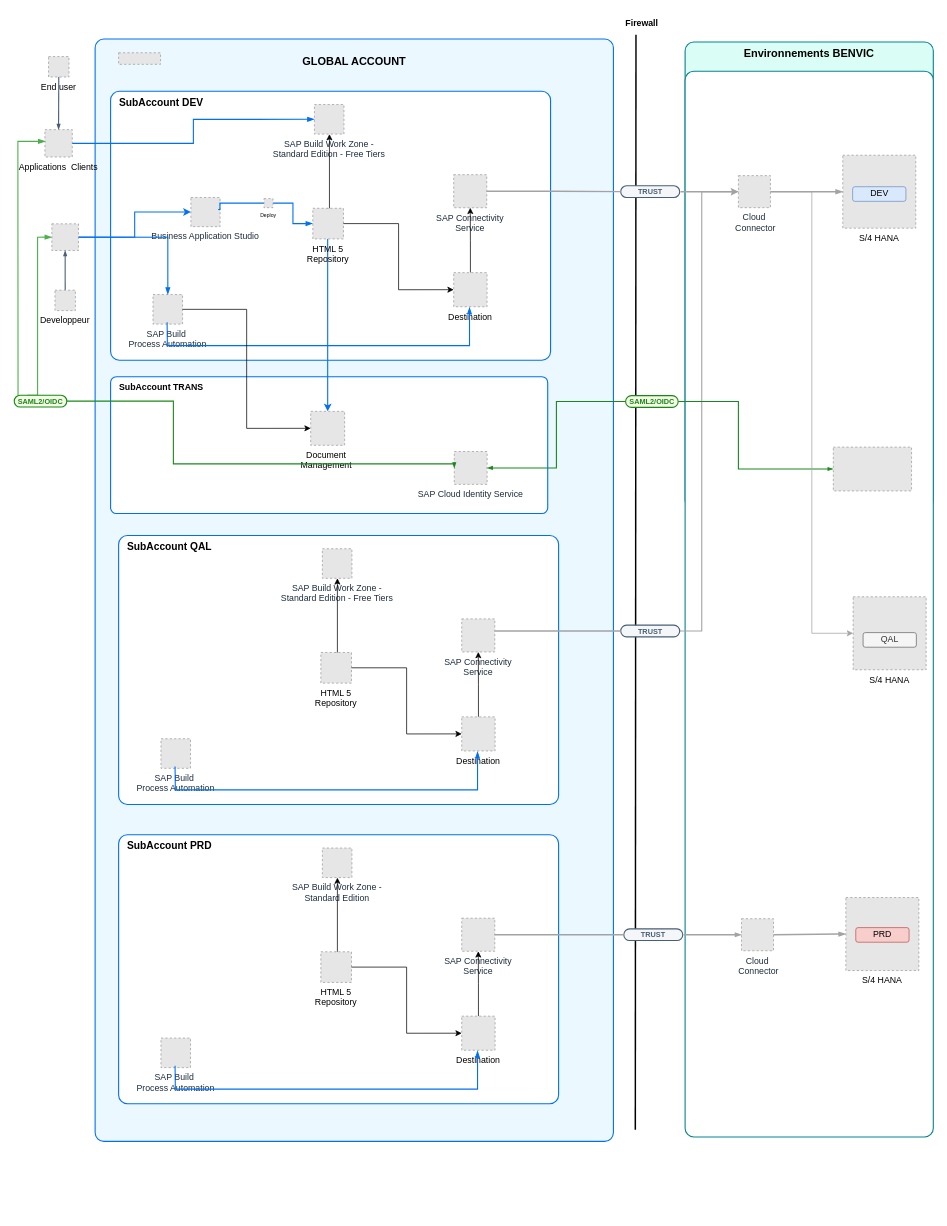
Before: page "Page-1" (1 of 2) of Workflow.drawio in MikaPaP/ArchiWorkflow, a draw.io diagram. Source tidied: cells renumbered, new cells numbered last; positions are measured from the earlier drawing's top-left corner, leaving out a move shared by most shapes. Both pictures are drawn from the tidied source at 73%, with x=0, y=0 at pixel (14, 12). Pictures stored in the file or linked from it are replaced by grey dashed boxes.
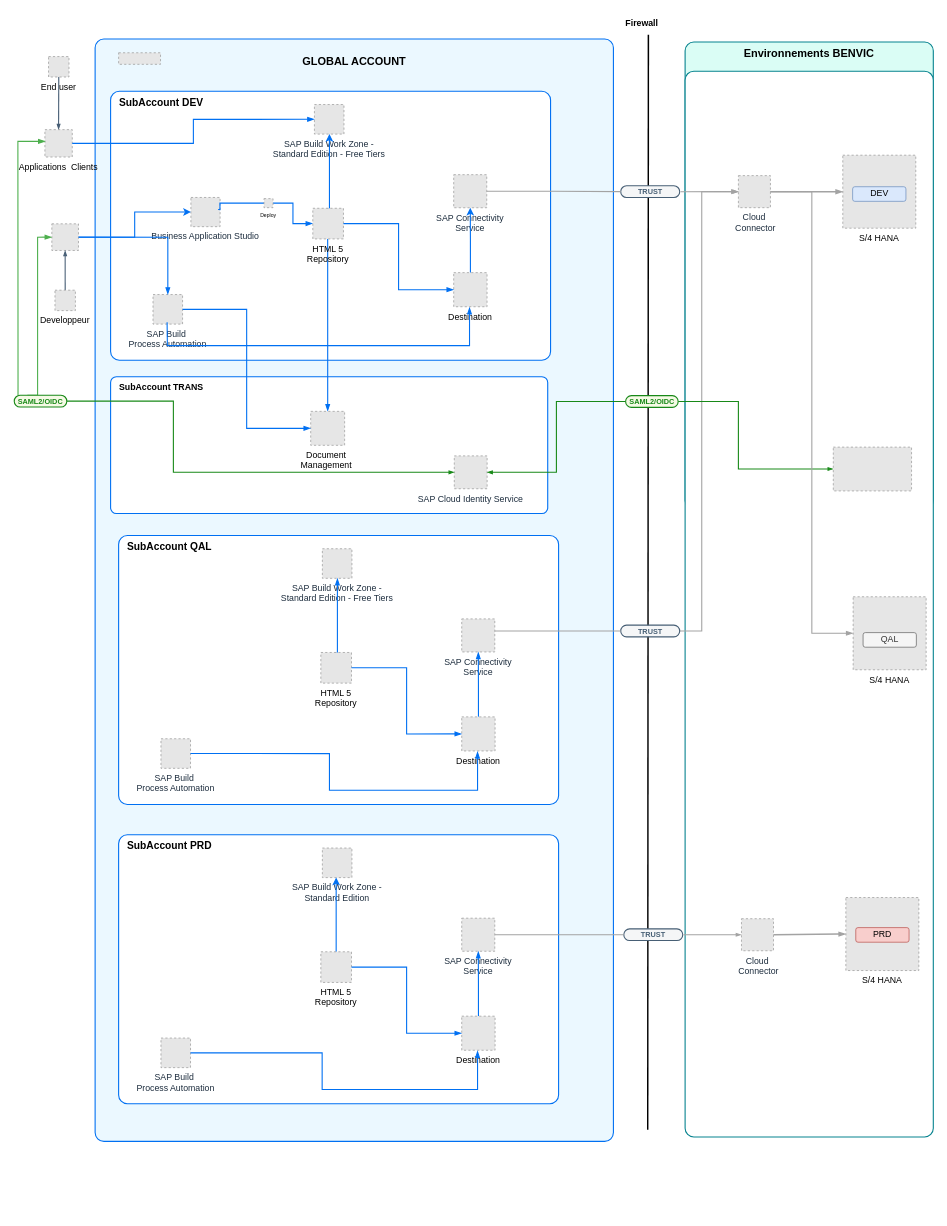
The same diagram, later.

The change refers to these unchanged cells:
```xml
<mxCell id="7" style="group;arcSize=24;" parent="1" vertex="1">
  <mxGeometry x="110.8" y="36" width="1060" height="1610" as="geometry" />
</mxCell>
<mxCell id="12" value="SAP Connectivity&#10;Service" style="fillColor=#E6E6E6;strokeColor=#999999;dashed=1;verticalLabelPosition=bottom;verticalAlign=top;fontStyle=0;fontSize=12;fontColor=#1D2D3E;" parent="7" vertex="1">
  <mxGeometry x="491.2" y="185.8" width="45.3" height="45.3" as="geometry" />
</mxCell>
<mxCell id="14" value="&lt;p style=&quot;line-height: 114%;&quot;&gt;&lt;font color=&quot;#475f75&quot; size=&quot;1&quot;&gt;&lt;b style=&quot;&quot;&gt;TRUST&lt;/b&gt;&lt;/font&gt;&lt;/p&gt;" style="rounded=1;whiteSpace=wrap;html=1;arcSize=50;strokeColor=#475f75;fillColor=#f5f6f7;fontColor=#266f3a;strokeWidth=1.5;" parent="7" vertex="1">
  <mxGeometry x="720" y="201" width="80.8" height="16" as="geometry" />
</mxCell>
<mxCell id="15" value="Cloud&#10; Connector" style="fillColor=#E6E6E6;strokeColor=#999999;dashed=1;verticalLabelPosition=bottom;verticalAlign=top;fontStyle=0;fontSize=12;fontColor=#1D2D3E;" parent="7" vertex="1">
  <mxGeometry x="881.2" y="187.1" width="43.9" height="43.9" as="geometry" />
</mxCell>
<mxCell id="17" value="SAP Build Work Zone -&#10;Standard Edition - Free Tiers" style="fillColor=#E6E6E6;strokeColor=#999999;dashed=1;verticalLabelPosition=bottom;verticalAlign=top;fontStyle=0;fontSize=12;fontColor=#1D2D3E;" parent="7" vertex="1">
  <mxGeometry x="300.4" y="89.7" width="40.5" height="40.5" as="geometry" />
</mxCell>
<mxCell id="19" value="SAP Build &#10;Process Automation" style="fillColor=#E6E6E6;strokeColor=#999999;dashed=1;verticalLabelPosition=bottom;verticalAlign=top;fontStyle=0;fontSize=12;fontColor=#1D2D3E;" parent="7" vertex="1">
  <mxGeometry x="79.3" y="350" width="40.5" height="40.5" as="geometry" />
</mxCell>
<mxCell id="24" value="HTML 5&#10;Repository" style="fillColor=#E6E6E6;strokeColor=#999999;dashed=1;verticalLabelPosition=bottom;verticalAlign=top;" parent="7" vertex="1">
  <mxGeometry x="298.2" y="231.8" width="42" height="42" as="geometry" />
</mxCell>
<mxCell id="26" value="Document &#10;Management " style="fillColor=#E6E6E6;strokeColor=#999999;dashed=1;verticalLabelPosition=bottom;verticalAlign=top;" parent="7" vertex="1">
  <mxGeometry x="295.3" y="510" width="46.5" height="46.5" as="geometry" />
</mxCell>
<mxCell id="30" value="Destination" style="fillColor=#E6E6E6;strokeColor=#999999;dashed=1;verticalLabelPosition=bottom;verticalAlign=top;" parent="7" vertex="1">
  <mxGeometry x="491.2" y="320" width="45.7" height="46.7" as="geometry" />
</mxCell>
<mxCell id="35" value="SAP Connectivity&#10;Service" style="fillColor=#E6E6E6;strokeColor=#999999;dashed=1;verticalLabelPosition=bottom;verticalAlign=top;fontStyle=0;fontSize=12;fontColor=#1D2D3E;" parent="7" vertex="1">
  <mxGeometry x="502.2" y="794.3" width="45.3" height="45.3" as="geometry" />
</mxCell>
<mxCell id="36" value="SAP Build Work Zone -&#10;Standard Edition - Free Tiers" style="fillColor=#E6E6E6;strokeColor=#999999;dashed=1;verticalLabelPosition=bottom;verticalAlign=top;fontStyle=0;fontSize=12;fontColor=#1D2D3E;" parent="7" vertex="1">
  <mxGeometry x="311.3" y="698.2" width="40.5" height="40.5" as="geometry" />
</mxCell>
<mxCell id="37" value="SAP Build &#10;Process Automation" style="fillColor=#E6E6E6;strokeColor=#999999;dashed=1;verticalLabelPosition=bottom;verticalAlign=top;fontStyle=0;fontSize=12;fontColor=#1D2D3E;" parent="7" vertex="1">
  <mxGeometry x="90.2" y="958.5" width="40.5" height="40.5" as="geometry" />
</mxCell>
<mxCell id="39" value="HTML 5&#10;Repository" style="fillColor=#E6E6E6;strokeColor=#999999;dashed=1;verticalLabelPosition=bottom;verticalAlign=top;" parent="7" vertex="1">
  <mxGeometry x="309.2" y="840.3" width="42" height="42" as="geometry" />
</mxCell>
<mxCell id="41" value="Destination" style="fillColor=#E6E6E6;strokeColor=#999999;dashed=1;verticalLabelPosition=bottom;verticalAlign=top;" parent="7" vertex="1">
  <mxGeometry x="502.2" y="928.5" width="45.7" height="46.7" as="geometry" />
</mxCell>
<mxCell id="45" value="SAP Connectivity&#10;Service" style="fillColor=#E6E6E6;strokeColor=#999999;dashed=1;verticalLabelPosition=bottom;verticalAlign=top;fontStyle=0;fontSize=12;fontColor=#1D2D3E;" parent="7" vertex="1">
  <mxGeometry x="502.2" y="1204.3" width="45.3" height="45.3" as="geometry" />
</mxCell>
<mxCell id="46" value="SAP Build Work Zone -&#10;Standard Edition" style="fillColor=#E6E6E6;strokeColor=#999999;dashed=1;verticalLabelPosition=bottom;verticalAlign=top;fontStyle=0;fontSize=12;fontColor=#1D2D3E;" parent="7" vertex="1">
  <mxGeometry x="311.3" y="1108.2" width="40.5" height="40.5" as="geometry" />
</mxCell>
<mxCell id="47" value="SAP Build &#10;Process Automation" style="fillColor=#E6E6E6;strokeColor=#999999;dashed=1;verticalLabelPosition=bottom;verticalAlign=top;fontStyle=0;fontSize=12;fontColor=#1D2D3E;" parent="7" vertex="1">
  <mxGeometry x="90.2" y="1368.5" width="40.5" height="40.5" as="geometry" />
</mxCell>
<mxCell id="49" value="HTML 5&#10;Repository" style="fillColor=#E6E6E6;strokeColor=#999999;dashed=1;verticalLabelPosition=bottom;verticalAlign=top;" parent="7" vertex="1">
  <mxGeometry x="309.2" y="1250.3" width="42" height="42" as="geometry" />
</mxCell>
<mxCell id="51" value="Destination" style="fillColor=#E6E6E6;strokeColor=#999999;dashed=1;verticalLabelPosition=bottom;verticalAlign=top;" parent="7" vertex="1">
  <mxGeometry x="502.2" y="1338.5" width="45.7" height="46.7" as="geometry" />
</mxCell>
<mxCell id="55" value="&lt;p style=&quot;line-height: 114%;&quot;&gt;&lt;font color=&quot;#475f75&quot; size=&quot;1&quot;&gt;&lt;b style=&quot;&quot;&gt;TRUST&lt;/b&gt;&lt;/font&gt;&lt;/p&gt;" style="rounded=1;whiteSpace=wrap;html=1;arcSize=50;strokeColor=#475f75;fillColor=#f5f6f7;fontColor=#266f3a;strokeWidth=1.5;" parent="7" vertex="1">
  <mxGeometry x="720" y="802.9" width="80.8" height="16" as="geometry" />
</mxCell>
<mxCell id="73" value="&lt;font color=&quot;#188918&quot; size=&quot;1&quot;&gt;&lt;b style=&quot;&quot;&gt;SAML2/OIDC&lt;/b&gt;&lt;/font&gt;" style="rounded=1;whiteSpace=wrap;html=1;arcSize=50;strokeColor=#188918;fillColor=#f5fae5;fontColor=#266f3a;strokeWidth=1.5;" parent="1" vertex="1">
  <mxGeometry y="524" width="72" height="16" as="geometry" />
</mxCell>
<mxCell id="75" value="S/4 HANA" style="fillColor=#E6E6E6;strokeColor=#999999;dashed=1;verticalLabelPosition=bottom;verticalAlign=top;" parent="1" vertex="1">
  <mxGeometry x="1149.2" y="800" width="100" height="100" as="geometry" />
</mxCell>
<mxCell id="81" value="&lt;p style=&quot;line-height: 114%;&quot;&gt;&lt;font color=&quot;#475f75&quot; size=&quot;1&quot;&gt;&lt;b style=&quot;&quot;&gt;TRUST&lt;/b&gt;&lt;/font&gt;&lt;/p&gt;" style="rounded=1;whiteSpace=wrap;html=1;arcSize=50;strokeColor=#475f75;fillColor=#f5f6f7;fontColor=#266f3a;strokeWidth=1.5;" parent="1" vertex="1">
  <mxGeometry x="835" y="1254.9" width="80.8" height="16" as="geometry" />
</mxCell>
<mxCell id="82" value="Cloud&#10; Connector" style="fillColor=#E6E6E6;strokeColor=#999999;dashed=1;verticalLabelPosition=bottom;verticalAlign=top;fontStyle=0;fontSize=12;fontColor=#1D2D3E;" parent="1" vertex="1">
  <mxGeometry x="996.2" y="1241" width="43.9" height="43.9" as="geometry" />
</mxCell>
```

What changed in the source:
```diff
@@
     <mxCell id="13" style="edgeStyle=none;orthogonalLoop=1;jettySize=auto;html=1;rounded=0;endArrow=none;endFill=0;strokeWidth=2;" parent="7" edge="1">
       <mxGeometry relative="1" as="geometry">
-        <mxPoint x="740.9" y="-6" as="sourcePoint" />
-        <mxPoint x="740" y="1494" as="targetPoint" />
+        <mxPoint x="757.9" y="-6" as="sourcePoint" />
+        <mxPoint x="757" y="1494" as="targetPoint" />
       </mxGeometry>
     </mxCell>
@@
-    <mxCell id="16" style="endArrow=blockThin;html=1;rounded=0;strokeColor=#A3A3A3;strokeWidth=2;exitX=1.015;exitY=0.505;exitDx=0;exitDy=0;exitPerimeter=0;endFill=1;endSize=4;startSize=4;entryX=0;entryY=0.5;entryDx=0;entryDy=0;" parent="7" edge="1" source="14" target="15">
+    <mxCell id="16" style="endArrow=blockThin;html=1;rounded=0;strokeColor=#A3A3A3;strokeWidth=1.5;exitX=1.015;exitY=0.505;exitDx=0;exitDy=0;exitPerimeter=0;endFill=1;endSize=4;startSize=4;entryX=0;entryY=0.5;entryDx=0;entryDy=0;" parent="7" edge="1" source="14" target="15">
       <mxGeometry relative="1" as="geometry" />
     </mxCell>
@@
-    <mxCell id="18" style="edgeStyle=orthogonalEdgeStyle;rounded=0;jettySize=auto;html=1;exitX=1;exitY=0.5;exitDx=0;exitDy=0;exitPerimeter=0;strokeColor=#A3A3A3;strokeWidth=2;endArrow=none;endFill=0;entryX=0;entryY=0.5;entryDx=0;entryDy=0;" parent="7" edge="1" source="12" target="14">
+    <mxCell id="18" style="edgeStyle=orthogonalEdgeStyle;rounded=0;jettySize=auto;html=1;exitX=1;exitY=0.5;exitDx=0;exitDy=0;exitPerimeter=0;strokeColor=#A3A3A3;strokeWidth=1.5;endArrow=none;endFill=0;entryX=0;entryY=0.5;entryDx=0;entryDy=0;" parent="7" edge="1" source="12" target="14">
       <mxGeometry relative="1" as="geometry" />
     </mxCell>
@@
     <mxCell id="21" value="SAP Cloud Identity Service" style="fillColor=#E6E6E6;strokeColor=#999999;dashed=1;verticalLabelPosition=bottom;verticalAlign=top;fontStyle=0;fontSize=12;fontColor=#1D2D3E;" parent="7" vertex="1">
-      <mxGeometry x="492" y="565" width="45" height="45" as="geometry" />
+      <mxGeometry x="492" y="571" width="45" height="45" as="geometry" />
     </mxCell>
-    <mxCell id="22" style="edgeStyle=orthogonalEdgeStyle;rounded=0;jettySize=auto;html=1;exitX=0.485;exitY=1.003;exitDx=0;exitDy=0;exitPerimeter=0;strokeWidth=1.5;strokeColor=#0070F2;" parent="7" edge="1" source="24" target="26">
+    <mxCell id="22" style="edgeStyle=orthogonalEdgeStyle;rounded=0;jettySize=auto;html=1;exitX=0.485;exitY=1.003;exitDx=0;exitDy=0;exitPerimeter=0;strokeWidth=1.5;strokeColor=#0070F2;endArrow=blockThin;endFill=1;" parent="7" edge="1" source="24" target="26">
       <mxGeometry relative="1" as="geometry" />
     </mxCell>
-    <mxCell id="23" style="edgeStyle=orthogonalEdgeStyle;rounded=0;jettySize=auto;html=1;exitX=0.5;exitY=0;exitDx=0;exitDy=0;exitPerimeter=0;" parent="7" edge="1" source="24" target="17">
+    <mxCell id="23" style="edgeStyle=orthogonalEdgeStyle;rounded=0;jettySize=auto;html=1;exitX=0.5;exitY=0;exitDx=0;exitDy=0;exitPerimeter=0;strokeColor=#0070F2;strokeWidth=1.5;" parent="7" edge="1" source="24" target="17">
       <mxGeometry relative="1" as="geometry">
         <Array as="points">
           <mxPoint x="319" y="242" />
           <mxPoint x="321" y="242" />
         </Array>
       </mxGeometry>
     </mxCell>
@@
-    <mxCell id="29" style="edgeStyle=orthogonalEdgeStyle;rounded=0;jettySize=auto;html=1;" parent="7" edge="1" source="30" target="12">
+    <mxCell id="29" style="edgeStyle=orthogonalEdgeStyle;rounded=0;jettySize=auto;html=1;strokeColor=#0070F2;strokeWidth=1.5;" parent="7" edge="1" source="30" target="12">
       <mxGeometry relative="1" as="geometry" />
     </mxCell>
@@
-    <mxCell id="32" style="edgeStyle=orthogonalEdgeStyle;rounded=0;jettySize=auto;html=1;exitX=1;exitY=0.5;exitDx=0;exitDy=0;exitPerimeter=0;entryX=0;entryY=0.5;entryDx=0;entryDy=0;entryPerimeter=0;" parent="7" edge="1" source="24" target="30">
+    <mxCell id="32" style="edgeStyle=orthogonalEdgeStyle;rounded=0;jettySize=auto;html=1;exitX=1;exitY=0.5;exitDx=0;exitDy=0;exitPerimeter=0;entryX=0;entryY=0.5;entryDx=0;entryDy=0;entryPerimeter=0;strokeColor=#0070F2;endArrow=blockThin;endFill=1;strokeWidth=1.5;" parent="7" edge="1" source="24" target="30">
       <mxGeometry relative="1" as="geometry" />
     </mxCell>
-    <mxCell id="33" style="edgeStyle=orthogonalEdgeStyle;rounded=0;jettySize=auto;html=1;exitX=1;exitY=0.5;exitDx=0;exitDy=0;exitPerimeter=0;entryX=0;entryY=0.5;entryDx=0;entryDy=0;" parent="7" edge="1" source="19" target="26">
+    <mxCell id="33" style="edgeStyle=orthogonalEdgeStyle;rounded=0;jettySize=auto;html=1;exitX=1;exitY=0.5;exitDx=0;exitDy=0;exitPerimeter=0;entryX=0;entryY=0.5;entryDx=0;entryDy=0;strokeWidth=1.5;strokeColor=#0070F2;endArrow=blockThin;endFill=1;" parent="7" edge="1" source="19" target="26">
       <mxGeometry relative="1" as="geometry" />
     </mxCell>
@@
-    <mxCell id="38" style="edgeStyle=orthogonalEdgeStyle;rounded=0;jettySize=auto;html=1;exitX=0.5;exitY=0;exitDx=0;exitDy=0;exitPerimeter=0;" parent="7" edge="1" source="39" target="36">
+    <mxCell id="38" style="edgeStyle=orthogonalEdgeStyle;rounded=0;jettySize=auto;html=1;exitX=0.5;exitY=0;exitDx=0;exitDy=0;exitPerimeter=0;strokeWidth=1.5;endArrow=blockThin;endFill=1;strokeColor=#0070F2;" parent="7" edge="1" source="39" target="36">
       <mxGeometry relative="1" as="geometry">
         <Array as="points">
           <mxPoint x="329.9" y="850.5" />
           <mxPoint x="331.9" y="850.5" />
         </Array>
       </mxGeometry>
     </mxCell>
@@
-    <mxCell id="40" style="edgeStyle=orthogonalEdgeStyle;rounded=0;jettySize=auto;html=1;" parent="7" edge="1" source="41" target="35">
+    <mxCell id="40" style="edgeStyle=orthogonalEdgeStyle;rounded=0;jettySize=auto;html=1;endArrow=blockThin;endFill=1;strokeColor=#0070F2;strokeWidth=1.5;" parent="7" edge="1" source="41" target="35">
       <mxGeometry relative="1" as="geometry" />
     </mxCell>
@@
-    <mxCell id="42" style="edgeStyle=orthogonalEdgeStyle;rounded=0;jettySize=auto;html=1;exitX=0.477;exitY=0.971;exitDx=0;exitDy=0;exitPerimeter=0;entryX=0.474;entryY=1.013;entryDx=0;entryDy=0;entryPerimeter=0;strokeColor=#0070F2;strokeWidth=1.5;endArrow=blockThin;endFill=1;" parent="7" edge="1" source="37" target="41">
+    <mxCell id="42" style="edgeStyle=orthogonalEdgeStyle;rounded=0;jettySize=auto;html=1;exitX=1;exitY=0.5;exitDx=0;exitDy=0;exitPerimeter=0;entryX=0.474;entryY=1.013;entryDx=0;entryDy=0;entryPerimeter=0;strokeColor=#0070F2;strokeWidth=1.5;endArrow=blockThin;endFill=1;" parent="7" edge="1" source="37" target="41">
       <mxGeometry relative="1" as="geometry">
         <Array as="points">
-          <mxPoint x="109.9" y="996.5" />
-          <mxPoint x="109.9" y="1028.5" />
-          <mxPoint x="523.9" y="1028.5" />
+          <mxPoint x="321" y="979" />
+          <mxPoint x="321" y="1029" />
+          <mxPoint x="524" y="1029" />
         </Array>
       </mxGeometry>
     </mxCell>
-    <mxCell id="43" style="edgeStyle=orthogonalEdgeStyle;rounded=0;jettySize=auto;html=1;exitX=1;exitY=0.5;exitDx=0;exitDy=0;exitPerimeter=0;entryX=0;entryY=0.5;entryDx=0;entryDy=0;entryPerimeter=0;" parent="7" edge="1" source="39" target="41">
+    <mxCell id="43" style="edgeStyle=orthogonalEdgeStyle;rounded=0;jettySize=auto;html=1;exitX=1;exitY=0.5;exitDx=0;exitDy=0;exitPerimeter=0;entryX=0;entryY=0.5;entryDx=0;entryDy=0;entryPerimeter=0;strokeWidth=1.5;strokeColor=#0070F2;endArrow=blockThin;endFill=1;" parent="7" edge="1" source="39" target="41">
       <mxGeometry relative="1" as="geometry" />
     </mxCell>
@@
-    <mxCell id="48" style="edgeStyle=orthogonalEdgeStyle;rounded=0;jettySize=auto;html=1;exitX=0.5;exitY=0;exitDx=0;exitDy=0;exitPerimeter=0;" parent="7" edge="1" source="49" target="46">
+    <mxCell id="48" style="edgeStyle=orthogonalEdgeStyle;rounded=0;jettySize=auto;html=1;exitX=0.5;exitY=0;exitDx=0;exitDy=0;exitPerimeter=0;strokeColor=#0070F2;strokeWidth=1.5;" parent="7" edge="1" source="49" target="46">
       <mxGeometry relative="1" as="geometry">
         <Array as="points">
-          <mxPoint x="329.9" y="1260.5" />
-          <mxPoint x="331.9" y="1260.5" />
+          <mxPoint x="331" y="1204" />
+          <mxPoint x="331" y="1204" />
         </Array>
       </mxGeometry>
     </mxCell>
@@
-    <mxCell id="50" style="edgeStyle=orthogonalEdgeStyle;rounded=0;jettySize=auto;html=1;" parent="7" edge="1" source="51" target="45">
+    <mxCell id="50" style="edgeStyle=orthogonalEdgeStyle;rounded=0;jettySize=auto;html=1;strokeWidth=1.5;endArrow=blockThin;endFill=1;strokeColor=#0070F2;" parent="7" edge="1" source="51" target="45">
       <mxGeometry relative="1" as="geometry" />
     </mxCell>
@@
-    <mxCell id="52" style="edgeStyle=orthogonalEdgeStyle;rounded=0;jettySize=auto;html=1;exitX=0.477;exitY=0.971;exitDx=0;exitDy=0;exitPerimeter=0;entryX=0.474;entryY=1.013;entryDx=0;entryDy=0;entryPerimeter=0;strokeColor=#0070F2;strokeWidth=1.5;endArrow=blockThin;endFill=1;" parent="7" edge="1" source="47" target="51">
+    <mxCell id="52" style="edgeStyle=orthogonalEdgeStyle;rounded=0;jettySize=auto;html=1;exitX=1;exitY=0.5;exitDx=0;exitDy=0;exitPerimeter=0;entryX=0.474;entryY=1.013;entryDx=0;entryDy=0;entryPerimeter=0;strokeColor=#0070F2;strokeWidth=1.5;endArrow=blockThin;endFill=1;" parent="7" edge="1" source="47" target="51">
       <mxGeometry relative="1" as="geometry">
         <Array as="points">
-          <mxPoint x="109.9" y="1406.5" />
-          <mxPoint x="109.9" y="1438.5" />
-          <mxPoint x="523.9" y="1438.5" />
+          <mxPoint x="311" y="1389" />
+          <mxPoint x="311" y="1439" />
+          <mxPoint x="524" y="1439" />
         </Array>
       </mxGeometry>
     </mxCell>
-    <mxCell id="53" style="edgeStyle=orthogonalEdgeStyle;rounded=0;jettySize=auto;html=1;exitX=1;exitY=0.5;exitDx=0;exitDy=0;exitPerimeter=0;entryX=0;entryY=0.5;entryDx=0;entryDy=0;entryPerimeter=0;" parent="7" edge="1" source="49" target="51">
+    <mxCell id="53" style="edgeStyle=orthogonalEdgeStyle;rounded=0;jettySize=auto;html=1;exitX=1;exitY=0.5;exitDx=0;exitDy=0;exitPerimeter=0;entryX=0;entryY=0.5;entryDx=0;entryDy=0;entryPerimeter=0;strokeWidth=1.5;strokeColor=#0070F2;endArrow=blockThin;endFill=1;" parent="7" edge="1" source="49" target="51">
       <mxGeometry relative="1" as="geometry" />
     </mxCell>
-    <mxCell id="54" style="edgeStyle=orthogonalEdgeStyle;rounded=0;jettySize=auto;html=1;exitX=1;exitY=0.5;exitDx=0;exitDy=0;entryX=0;entryY=0.5;entryDx=0;entryDy=0;strokeColor=#A3A3A3;strokeWidth=1.5;" parent="7" edge="1" source="55" target="15">
+    <mxCell id="54" style="edgeStyle=orthogonalEdgeStyle;rounded=0;jettySize=auto;html=1;exitX=1;exitY=0.5;exitDx=0;exitDy=0;entryX=0;entryY=0.5;entryDx=0;entryDy=0;strokeColor=#A3A3A3;strokeWidth=1.5;endArrow=blockThin;endFill=1;" parent="7" edge="1" source="55" target="15">
       <mxGeometry relative="1" as="geometry">
         <Array as="points">
           <mxPoint x="831" y="811" />
           <mxPoint x="831" y="209" />
         </Array>
       </mxGeometry>
     </mxCell>
@@
     <mxCell id="71" style="edgeStyle=orthogonalEdgeStyle;rounded=0;jettySize=auto;html=1;fontSize=18;strokeColor=#188918;fontFamily=Helvetica;fontColor=default;targetPerimeterSpacing=15;endSize=4;startSize=4;endArrow=blockThin;endFill=1;strokeWidth=1.5;startArrow=none;startFill=0;exitX=1;exitY=0.5;exitDx=0;exitDy=0;entryX=0;entryY=0.5;entryDx=0;entryDy=0;entryPerimeter=0;" parent="1" edge="1" source="73" target="21">
       <mxGeometry relative="1" as="geometry">
         <Array as="points">
           <mxPoint x="218" y="532" />
-          <mxPoint x="218" y="618" />
+          <mxPoint x="218" y="630" />
+          <mxPoint x="603" y="630" />
         </Array>
       </mxGeometry>
     </mxCell>
@@
-    <mxCell id="77" style="edgeStyle=orthogonalEdgeStyle;rounded=0;jettySize=auto;html=1;exitX=1;exitY=0.5;exitDx=0;exitDy=0;exitPerimeter=0;strokeColor=#A3A3A3;strokeWidth=2;endArrow=none;endFill=0;entryX=0;entryY=0.5;entryDx=0;entryDy=0;" parent="1" edge="1" target="55">
+    <mxCell id="77" style="edgeStyle=orthogonalEdgeStyle;rounded=0;jettySize=auto;html=1;exitX=1;exitY=0.5;exitDx=0;exitDy=0;exitPerimeter=0;strokeColor=#A3A3A3;strokeWidth=1.5;endArrow=none;endFill=0;entryX=0;entryY=0.5;entryDx=0;entryDy=0;" parent="1" edge="1" target="55">
       <mxGeometry relative="1" as="geometry">
         <mxPoint x="658.2" y="846.9" as="sourcePoint" />
         <Array as="points">
           <mxPoint x="782" y="847" />
           <mxPoint x="782" y="847" />
         </Array>
       </mxGeometry>
     </mxCell>
-    <mxCell id="78" style="edgeStyle=orthogonalEdgeStyle;rounded=0;jettySize=auto;html=1;exitX=1;exitY=0.5;exitDx=0;exitDy=0;entryX=0;entryY=0.5;entryDx=0;entryDy=0;strokeColor=#A3A3A3;" parent="1" edge="1" source="15" target="75">
+    <mxCell id="78" style="edgeStyle=orthogonalEdgeStyle;rounded=0;jettySize=auto;html=1;exitX=1;exitY=0.5;exitDx=0;exitDy=0;entryX=0;entryY=0.5;entryDx=0;entryDy=0;strokeColor=#A3A3A3;strokeWidth=1.5;endArrow=blockThin;endFill=1;" parent="1" edge="1" source="15" target="75">
       <mxGeometry relative="1" as="geometry" />
     </mxCell>
@@
-    <mxCell id="83" style="endArrow=blockThin;html=1;rounded=0;strokeColor=#A3A3A3;strokeWidth=2;exitX=1.015;exitY=0.505;exitDx=0;exitDy=0;exitPerimeter=0;endFill=1;endSize=4;startSize=4;entryX=0;entryY=0.5;entryDx=0;entryDy=0;" parent="1" edge="1" source="81" target="82">
+    <mxCell id="83" style="endArrow=blockThin;html=1;rounded=0;strokeColor=#A3A3A3;strokeWidth=1.5;exitX=1.015;exitY=0.505;exitDx=0;exitDy=0;exitPerimeter=0;endFill=1;endSize=4;startSize=4;entryX=0;entryY=0.5;entryDx=0;entryDy=0;" parent="1" edge="1" source="81" target="82">
       <mxGeometry relative="1" as="geometry" />
     </mxCell>
-    <mxCell id="84" style="edgeStyle=orthogonalEdgeStyle;rounded=0;jettySize=auto;html=1;exitX=1;exitY=0.5;exitDx=0;exitDy=0;exitPerimeter=0;strokeColor=#A3A3A3;strokeWidth=2;endArrow=none;endFill=0;entryX=0;entryY=0.5;entryDx=0;entryDy=0;" parent="1" edge="1" source="45" target="81">
+    <mxCell id="84" style="edgeStyle=orthogonalEdgeStyle;rounded=0;jettySize=auto;html=1;exitX=1;exitY=0.5;exitDx=0;exitDy=0;exitPerimeter=0;strokeColor=#A3A3A3;strokeWidth=1.5;endArrow=none;endFill=0;entryX=0;entryY=0.5;entryDx=0;entryDy=0;" parent="1" edge="1" source="45" target="81">
       <mxGeometry relative="1" as="geometry" />
     </mxCell>
```
